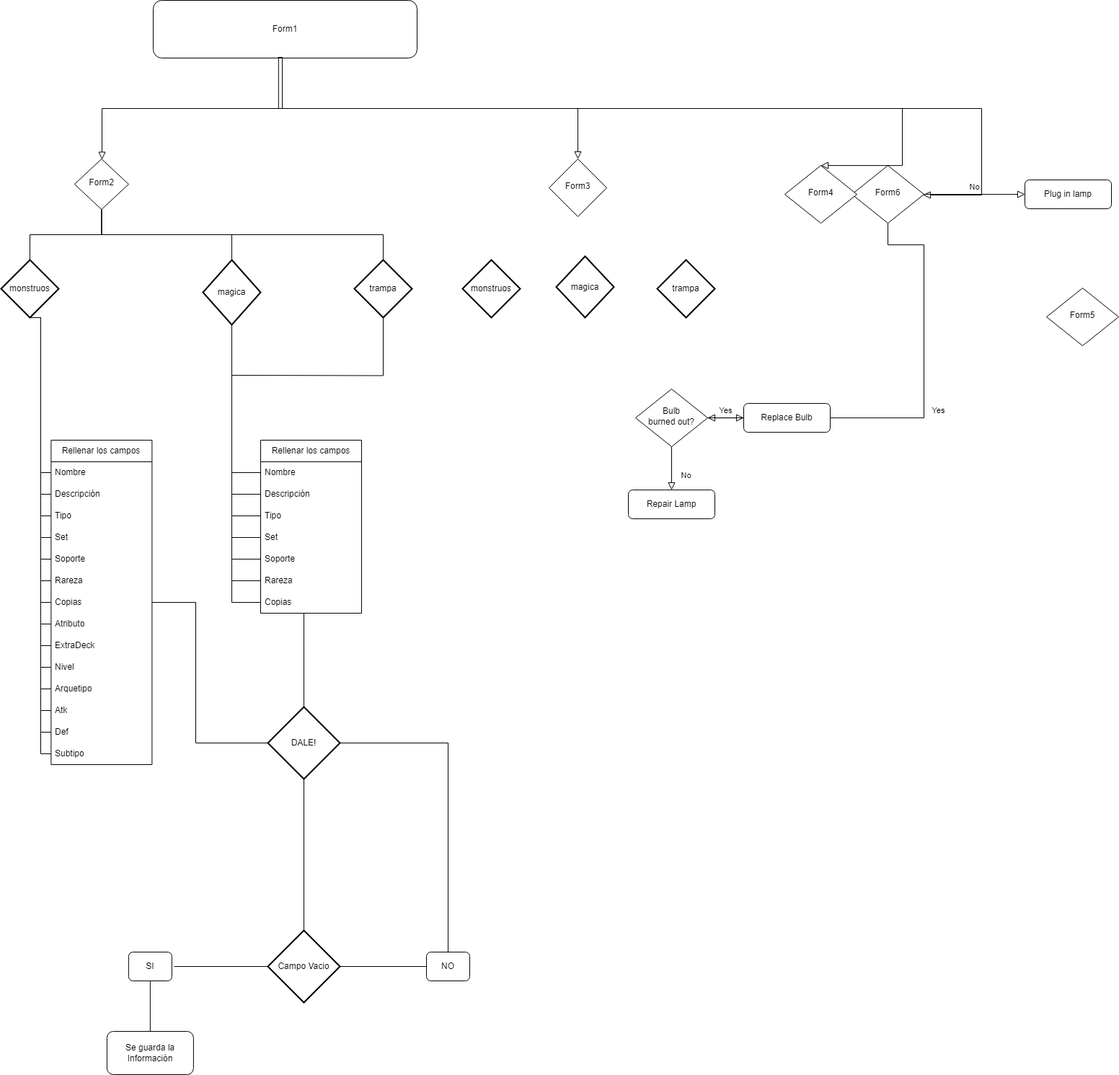
Earlier version of the draw.io export SerializableYugi/diagrama.drawio.png (ivansanjose1/TFG). Source tidied: cells renumbered, new cells last; positions are measured from the earlier drawing's top-left corner, leaving out a move shared by most shapes.
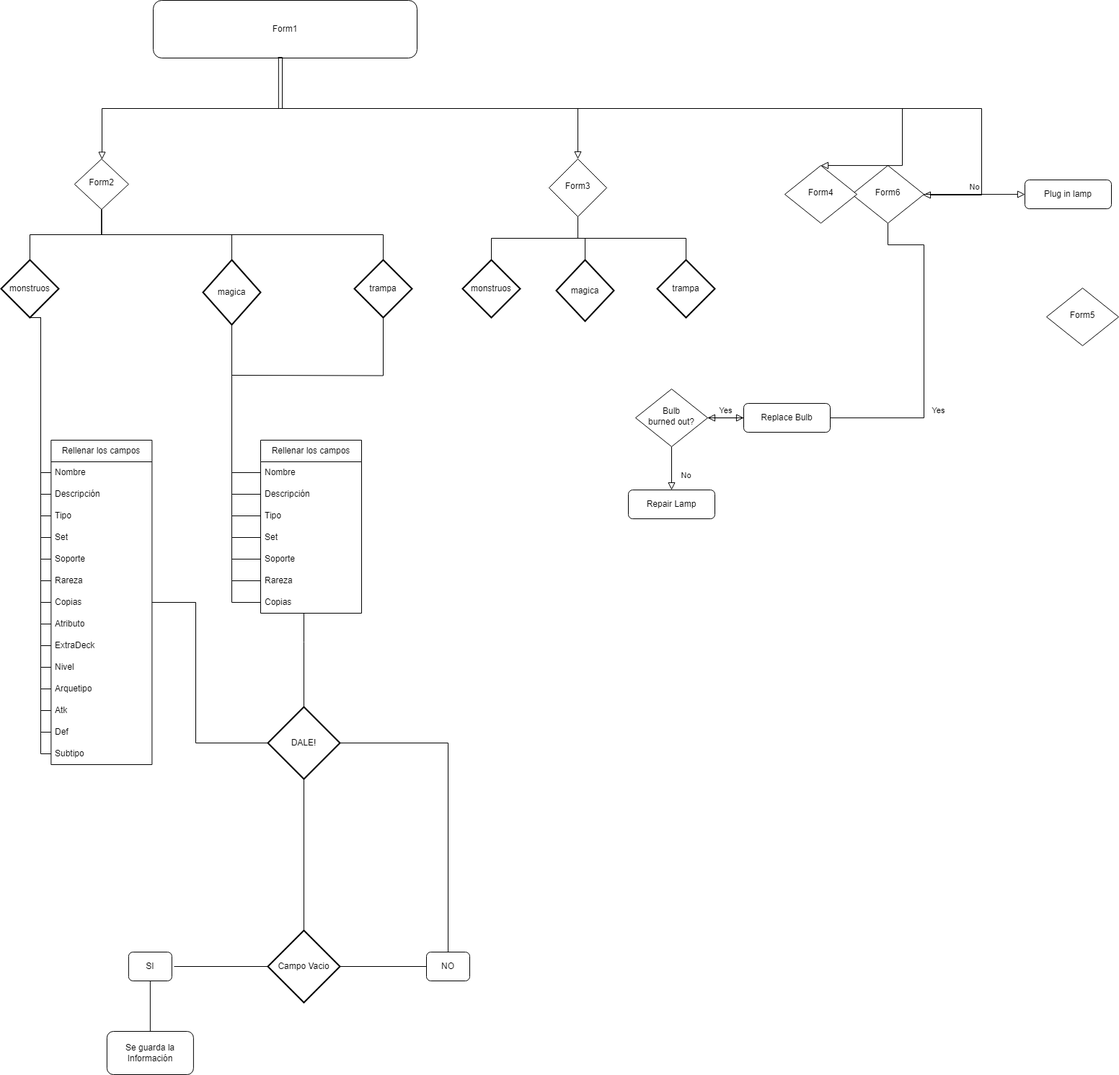
Above is the later version.

What changed in the source:
```diff
@@ -325,10 +325,19 @@
       <mxGeometry x="640" y="360" width="80" height="80" as="geometry" />
     </mxCell>
     <mxCell id="84" value="magica" style="strokeWidth=2;html=1;shape=mxgraph.flowchart.decision;whiteSpace=wrap;" parent="1" vertex="1">
-      <mxGeometry x="770" y="355" width="80" height="85" as="geometry" />
+      <mxGeometry x="770" y="360" width="80" height="85" as="geometry" />
     </mxCell>
     <mxCell id="85" value="trampa" style="strokeWidth=2;html=1;shape=mxgraph.flowchart.decision;whiteSpace=wrap;" parent="1" vertex="1">
       <mxGeometry x="910" y="360" width="80" height="80" as="geometry" />
     </mxCell>
+    <mxCell id="86" style="endArrow=none;html=1;rounded=0;entryX=0.5;entryY=1;entryDx=0;entryDy=0;exitX=0.5;exitY=0;exitDx=0;exitDy=0;exitPerimeter=0;edgeStyle=orthogonalEdgeStyle;" parent="1" edge="1" source="83" target="15">
+      <mxGeometry relative="1" as="geometry" />
+    </mxCell>
+    <mxCell id="87" style="endArrow=none;html=1;rounded=0;entryX=0.5;entryY=1;entryDx=0;entryDy=0;exitX=0.5;exitY=0;exitDx=0;exitDy=0;exitPerimeter=0;edgeStyle=orthogonalEdgeStyle;" parent="1" edge="1" source="84" target="15">
+      <mxGeometry relative="1" as="geometry" />
+    </mxCell>
+    <mxCell id="88" style="endArrow=none;html=1;rounded=0;entryX=0.5;entryY=1;entryDx=0;entryDy=0;exitX=0.5;exitY=0;exitDx=0;exitDy=0;exitPerimeter=0;edgeStyle=orthogonalEdgeStyle;" parent="1" edge="1" source="85" target="15">
+      <mxGeometry relative="1" as="geometry" />
+    </mxCell>
   </root>
 </mxGraphModel>
```
